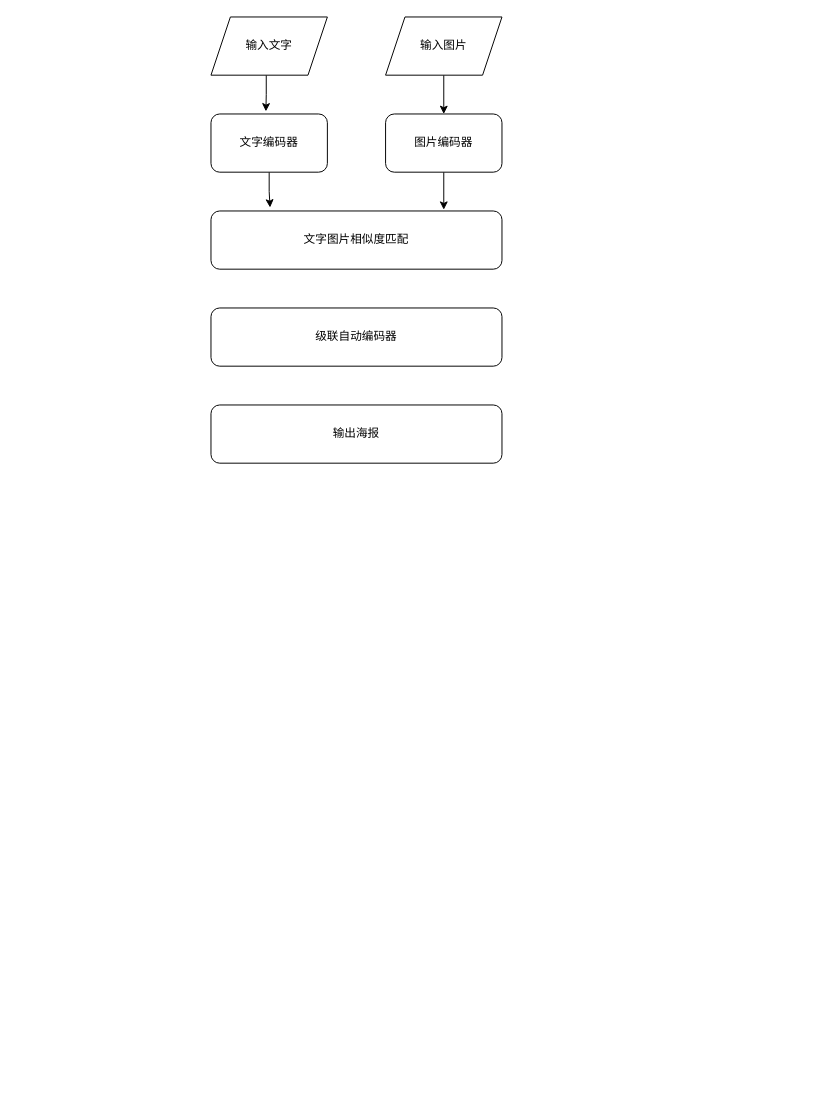
Earlier version of the draw.io diagram 未命名绘图.drawio (Qian-kj/home). Source tidied: cells renumbered, new cells numbered last; positions are measured from the earlier drawing's top-left corner, leaving out a move shared by most shapes. Both pictures are drawn from the tidied source at 97%, with x=0, y=0 at pixel (210, 16).
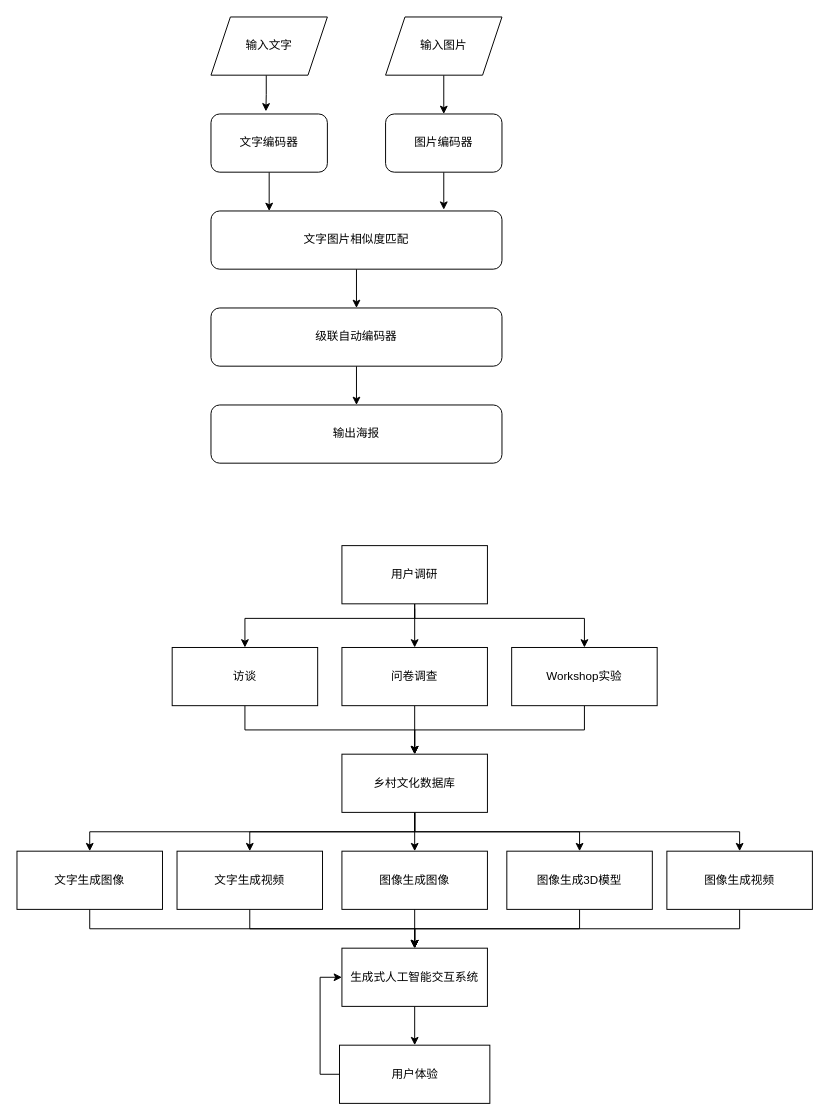
The same diagram, later.

Commit message:
更新未命名绘图.drawio

The change refers to these unchanged cells:
```xml
<mxCell id="7" value="文字编码器" style="rounded=1;whiteSpace=wrap;html=1;" parent="1" vertex="1">
  <mxGeometry y="100" width="120" height="60" as="geometry" />
</mxCell>
<mxCell id="10" value="文字图片相似度匹配" style="rounded=1;whiteSpace=wrap;html=1;" parent="1" vertex="1">
  <mxGeometry y="200" width="300" height="60" as="geometry" />
</mxCell>
<mxCell id="11" value="级联自动编码器" style="rounded=1;whiteSpace=wrap;html=1;" parent="1" vertex="1">
  <mxGeometry y="300" width="300" height="60" as="geometry" />
</mxCell>
<mxCell id="12" value="输出海报" style="rounded=1;whiteSpace=wrap;html=1;" parent="1" vertex="1">
  <mxGeometry y="400" width="300" height="60" as="geometry" />
</mxCell>
```

The edit, as a diff of the source:
```diff
@@
-    <mxCell id="6" style="edgeStyle=orthogonalEdgeStyle;rounded=0;jettySize=auto;html=1;entryX=0.203;entryY=-0.06;entryDx=0;entryDy=0;entryPerimeter=0;" parent="1" edge="1" source="7" target="10">
-      <mxGeometry relative="1" as="geometry" />
+    <mxCell id="6" style="edgeStyle=orthogonalEdgeStyle;rounded=0;jettySize=auto;html=1;" parent="1" edge="1" source="7">
+      <mxGeometry relative="1" as="geometry">
+        <mxPoint x="60" y="200" as="targetPoint" />
+        <Array as="points">
+          <mxPoint x="60" y="200" />
+        </Array>
+      </mxGeometry>
     </mxCell>
@@
+    <mxCell id="13" style="edgeStyle=orthogonalEdgeStyle;rounded=0;jettySize=auto;html=1;entryX=0.5;entryY=0;entryDx=0;entryDy=0;" parent="1" edge="1" source="10" target="11">
+      <mxGeometry relative="1" as="geometry" />
+    </mxCell>
@@
+    <mxCell id="14" style="edgeStyle=orthogonalEdgeStyle;rounded=0;jettySize=auto;html=1;entryX=0.5;entryY=0;entryDx=0;entryDy=0;" parent="1" edge="1" source="11" target="12">
+      <mxGeometry relative="1" as="geometry" />
+    </mxCell>
@@
+    <mxCell id="15" style="edgeStyle=orthogonalEdgeStyle;rounded=0;jettySize=auto;html=1;" parent="1" edge="1" source="20" target="40">
+      <mxGeometry relative="1" as="geometry" />
+    </mxCell>
+    <mxCell id="16" style="edgeStyle=orthogonalEdgeStyle;rounded=0;jettySize=auto;html=1;" parent="1" edge="1" source="20" target="38">
+      <mxGeometry relative="1" as="geometry">
+        <Array as="points">
+          <mxPoint x="210" y="840" />
+          <mxPoint x="40" y="840" />
+        </Array>
+      </mxGeometry>
+    </mxCell>
+    <mxCell id="17" style="edgeStyle=orthogonalEdgeStyle;rounded=0;jettySize=auto;html=1;entryX=0.5;entryY=0;entryDx=0;entryDy=0;" parent="1" edge="1" source="20" target="36">
+      <mxGeometry relative="1" as="geometry">
+        <Array as="points">
+          <mxPoint x="210" y="840" />
+          <mxPoint x="-125" y="840" />
+        </Array>
+      </mxGeometry>
+    </mxCell>
+    <mxCell id="18" style="edgeStyle=orthogonalEdgeStyle;rounded=0;jettySize=auto;html=1;entryX=0.5;entryY=0;entryDx=0;entryDy=0;" parent="1" edge="1" source="20" target="42">
+      <mxGeometry relative="1" as="geometry">
+        <Array as="points">
+          <mxPoint x="210" y="840" />
+          <mxPoint x="380" y="840" />
+        </Array>
+      </mxGeometry>
+    </mxCell>
+    <mxCell id="19" style="edgeStyle=orthogonalEdgeStyle;rounded=0;jettySize=auto;html=1;entryX=0.5;entryY=0;entryDx=0;entryDy=0;" parent="1" edge="1" source="20" target="44">
+      <mxGeometry relative="1" as="geometry">
+        <Array as="points">
+          <mxPoint x="210" y="840" />
+          <mxPoint x="545" y="840" />
+        </Array>
+      </mxGeometry>
+    </mxCell>
+    <mxCell id="20" value="乡村文化数据库" style="rounded=0;whiteSpace=wrap;html=1;" parent="1" vertex="1">
+      <mxGeometry x="135" y="760" width="150" height="60" as="geometry" />
+    </mxCell>
+    <mxCell id="21" style="edgeStyle=orthogonalEdgeStyle;rounded=0;jettySize=auto;html=1;entryX=0.5;entryY=0;entryDx=0;entryDy=0;" parent="1" edge="1" source="24" target="32">
+      <mxGeometry relative="1" as="geometry" />
+    </mxCell>
+    <mxCell id="22" style="edgeStyle=orthogonalEdgeStyle;rounded=0;jettySize=auto;html=1;entryX=0.5;entryY=0;entryDx=0;entryDy=0;" parent="1" edge="1" target="30">
+      <mxGeometry relative="1" as="geometry">
+        <mxPoint x="210" y="610" as="sourcePoint" />
+        <Array as="points">
+          <mxPoint x="210" y="620" />
+          <mxPoint x="35" y="620" />
+        </Array>
+      </mxGeometry>
+    </mxCell>
+    <mxCell id="23" style="edgeStyle=orthogonalEdgeStyle;rounded=0;jettySize=auto;html=1;exitX=0.5;exitY=1;exitDx=0;exitDy=0;" parent="1" edge="1" source="24" target="34">
+      <mxGeometry relative="1" as="geometry">
+        <Array as="points">
+          <mxPoint x="210" y="620" />
+          <mxPoint x="385" y="620" />
+        </Array>
+      </mxGeometry>
+    </mxCell>
+    <mxCell id="24" value="用户调研" style="rounded=0;whiteSpace=wrap;html=1;" parent="1" vertex="1">
+      <mxGeometry x="135" y="545" width="150" height="60" as="geometry" />
+    </mxCell>
+    <mxCell id="25" style="edgeStyle=orthogonalEdgeStyle;rounded=0;jettySize=auto;html=1;entryX=0.5;entryY=0;entryDx=0;entryDy=0;" parent="1" edge="1" source="26" target="28">
+      <mxGeometry relative="1" as="geometry" />
+    </mxCell>
+    <mxCell id="26" value="生成式人工智能交互系统" style="rounded=0;whiteSpace=wrap;html=1;" parent="1" vertex="1">
+      <mxGeometry x="135" y="960" width="150" height="60" as="geometry" />
+    </mxCell>
+    <mxCell id="27" style="edgeStyle=orthogonalEdgeStyle;rounded=0;jettySize=auto;html=1;entryX=0;entryY=0.5;entryDx=0;entryDy=0;exitX=0;exitY=0.5;exitDx=0;exitDy=0;" parent="1" edge="1" source="28" target="26">
+      <mxGeometry relative="1" as="geometry" />
+    </mxCell>
+    <mxCell id="28" value="用户体验" style="rounded=0;whiteSpace=wrap;html=1;" parent="1" vertex="1">
+      <mxGeometry x="132.5" y="1060" width="155" height="60" as="geometry" />
+    </mxCell>
+    <mxCell id="29" style="edgeStyle=orthogonalEdgeStyle;rounded=0;jettySize=auto;html=1;entryX=0.5;entryY=0;entryDx=0;entryDy=0;exitX=0.5;exitY=1;exitDx=0;exitDy=0;" parent="1" edge="1" source="30" target="20">
+      <mxGeometry relative="1" as="geometry" />
+    </mxCell>
+    <mxCell id="30" value="访谈" style="rounded=0;whiteSpace=wrap;html=1;" parent="1" vertex="1">
+      <mxGeometry x="-40" y="650" width="150" height="60" as="geometry" />
+    </mxCell>
+    <mxCell id="31" style="edgeStyle=orthogonalEdgeStyle;rounded=0;jettySize=auto;html=1;entryX=0.5;entryY=0;entryDx=0;entryDy=0;" parent="1" edge="1" source="32" target="20">
+      <mxGeometry relative="1" as="geometry" />
+    </mxCell>
+    <mxCell id="32" value="问卷调查" style="rounded=0;whiteSpace=wrap;html=1;" parent="1" vertex="1">
+      <mxGeometry x="135" y="650" width="150" height="60" as="geometry" />
+    </mxCell>
+    <mxCell id="33" style="edgeStyle=orthogonalEdgeStyle;rounded=0;jettySize=auto;html=1;entryX=0.5;entryY=0;entryDx=0;entryDy=0;exitX=0.5;exitY=1;exitDx=0;exitDy=0;" parent="1" edge="1" source="34" target="20">
+      <mxGeometry relative="1" as="geometry" />
+    </mxCell>
+    <mxCell id="34" value="Workshop实验" style="rounded=0;whiteSpace=wrap;html=1;" parent="1" vertex="1">
+      <mxGeometry x="310" y="650" width="150" height="60" as="geometry" />
+    </mxCell>
+    <mxCell id="35" style="edgeStyle=orthogonalEdgeStyle;rounded=0;jettySize=auto;html=1;exitX=0.5;exitY=1;exitDx=0;exitDy=0;" parent="1" edge="1" source="36" target="26">
+      <mxGeometry relative="1" as="geometry" />
+    </mxCell>
+    <mxCell id="36" value="文字生成图像" style="rounded=0;whiteSpace=wrap;html=1;" parent="1" vertex="1">
+      <mxGeometry x="-200" y="860" width="150" height="60" as="geometry" />
+    </mxCell>
+    <mxCell id="37" style="edgeStyle=orthogonalEdgeStyle;rounded=0;jettySize=auto;html=1;exitX=0.5;exitY=1;exitDx=0;exitDy=0;" parent="1" edge="1" source="38" target="26">
+      <mxGeometry relative="1" as="geometry" />
+    </mxCell>
+    <mxCell id="38" value="文字生成视频" style="rounded=0;whiteSpace=wrap;html=1;" parent="1" vertex="1">
+      <mxGeometry x="-35" y="860" width="150" height="60" as="geometry" />
+    </mxCell>
+    <mxCell id="39" style="edgeStyle=orthogonalEdgeStyle;rounded=0;jettySize=auto;html=1;" parent="1" edge="1" source="40" target="26">
+      <mxGeometry relative="1" as="geometry" />
+    </mxCell>
+    <mxCell id="40" value="图像生成图像" style="rounded=0;whiteSpace=wrap;html=1;" parent="1" vertex="1">
+      <mxGeometry x="135" y="860" width="150" height="60" as="geometry" />
+    </mxCell>
+    <mxCell id="41" style="edgeStyle=orthogonalEdgeStyle;rounded=0;jettySize=auto;html=1;entryX=0.5;entryY=0;entryDx=0;entryDy=0;exitX=0.5;exitY=1;exitDx=0;exitDy=0;" parent="1" edge="1" source="42" target="26">
+      <mxGeometry relative="1" as="geometry" />
+    </mxCell>
+    <mxCell id="42" value="图像生成3D模型" style="rounded=0;whiteSpace=wrap;html=1;" parent="1" vertex="1">
+      <mxGeometry x="305" y="860" width="150" height="60" as="geometry" />
+    </mxCell>
+    <mxCell id="43" style="edgeStyle=orthogonalEdgeStyle;rounded=0;jettySize=auto;html=1;exitX=0.5;exitY=1;exitDx=0;exitDy=0;" parent="1" edge="1" source="44" target="26">
+      <mxGeometry relative="1" as="geometry" />
+    </mxCell>
+    <mxCell id="44" value="图像生成视频" style="rounded=0;whiteSpace=wrap;html=1;" parent="1" vertex="1">
+      <mxGeometry x="470" y="860" width="150" height="60" as="geometry" />
+    </mxCell>
```
